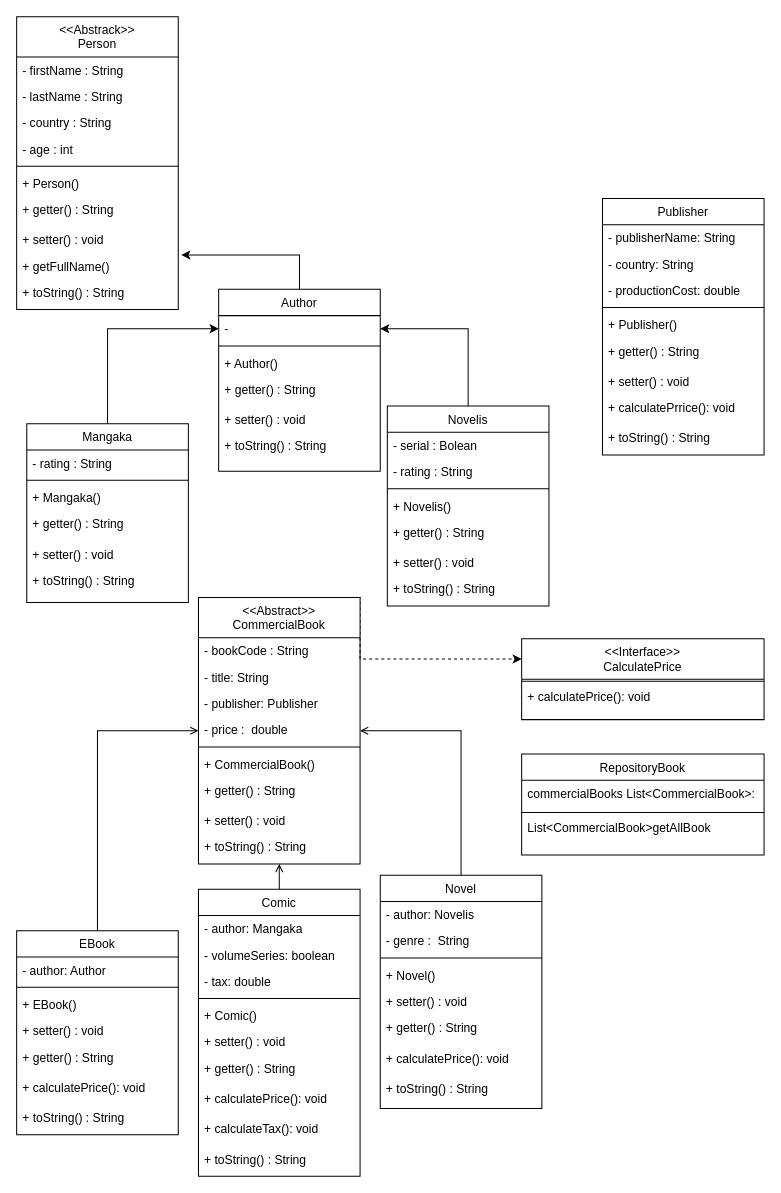
sahrul1610/Learning_java keeps this draw.io diagram as Diagram_latian-book-case-sahrul.drawio. Above is the earlier version. Source tidied: cells renumbered, new cells numbered last; positions are measured from the earlier drawing's top-left corner, leaving out a move shared by most shapes. Both pictures are drawn from the tidied source at 101%, with x=0, y=0 at pixel (16, 16).
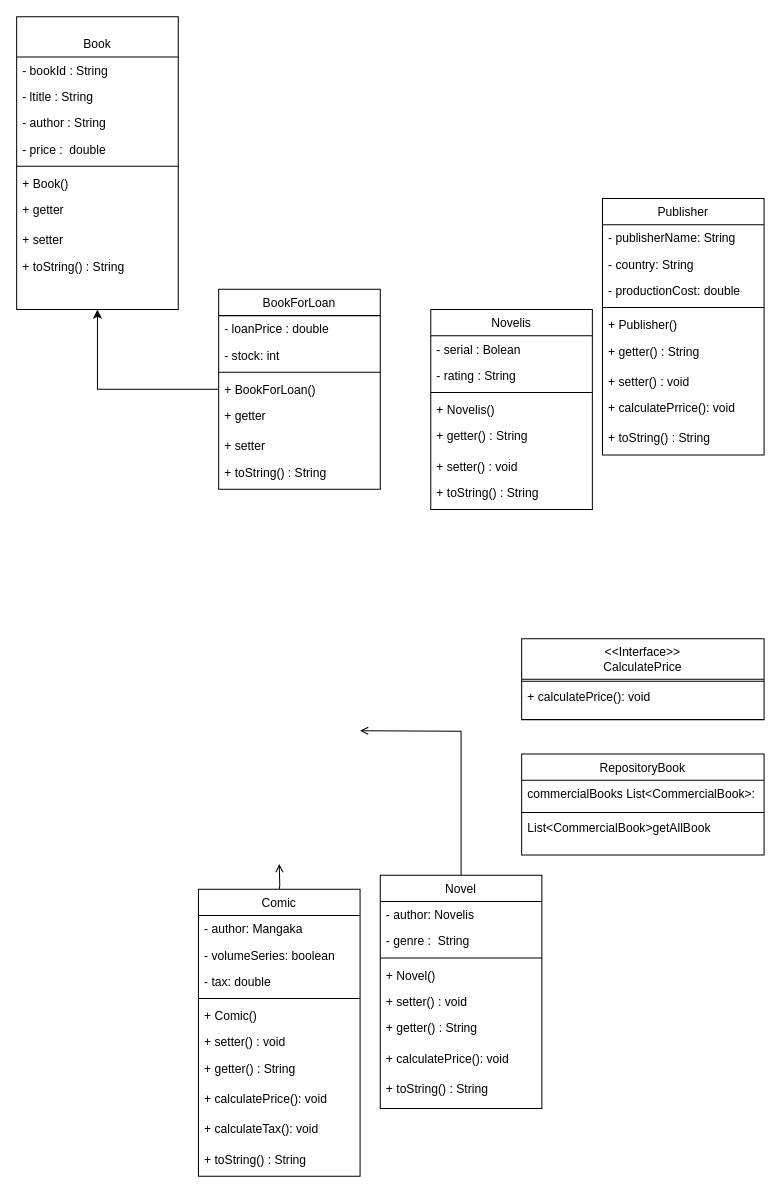
The same page after the edit.

The change refers to these unchanged cells:
```xml
<mxCell id="60" value="Comic" style="swimlane;fontStyle=0;align=center;verticalAlign=top;horizontal=1;startSize=26;rounded=0;shadow=0;strokeWidth=1;" parent="1" vertex="1">
  <mxGeometry x="180" y="864" width="160" height="284" as="geometry" />
</mxCell>
<mxCell id="71" value="Novel" style="swimlane;fontStyle=0;align=center;verticalAlign=top;horizontal=1;startSize=26;rounded=0;shadow=0;strokeWidth=1;" parent="1" vertex="1">
  <mxGeometry x="360" y="850" width="160" height="231" as="geometry" />
</mxCell>
<mxCell id="94" value="&lt;&lt;Interface&gt;&gt;&#10;CalculatePrice" style="swimlane;fontStyle=0;align=center;verticalAlign=top;horizontal=1;startSize=40;rounded=0;shadow=0;strokeWidth=1;" parent="1" vertex="1">
  <mxGeometry x="500" y="616" width="240" height="80" as="geometry" />
</mxCell>
```

Diff of the diagram source:
```diff
@@
-    <mxCell id="2" style="edgeStyle=orthogonalEdgeStyle;rounded=0;jettySize=auto;html=1;exitX=0.5;exitY=0;exitDx=0;exitDy=0;entryX=0;entryY=0.25;entryDx=0;entryDy=0;dashed=1;" parent="1" edge="1" source="42" target="94">
-      <mxGeometry relative="1" as="geometry">
-        <Array as="points">
-          <mxPoint x="340" y="575" />
-          <mxPoint x="340" y="636" />
-        </Array>
-      </mxGeometry>
-    </mxCell>
-    <mxCell id="3" value="&lt;&lt;Abstrack&gt;&gt;&#10;Person&#10;" style="swimlane;fontStyle=0;align=center;verticalAlign=top;horizontal=1;startSize=40;rounded=0;shadow=0;strokeWidth=1;" parent="1" vertex="1">
+    <mxCell id="3" value="&#10;Book&#10;" style="swimlane;fontStyle=0;align=center;verticalAlign=top;horizontal=1;startSize=40;rounded=0;shadow=0;strokeWidth=1;" parent="1" vertex="1">
       <mxGeometry width="160" height="290" as="geometry" />
     </mxCell>
-    <mxCell id="4" value="- firstName : String" style="text;align=left;verticalAlign=top;spacingLeft=4;spacingRight=4;overflow=hidden;" parent="3" vertex="1">
+    <mxCell id="4" value="- bookId : String" style="text;align=left;verticalAlign=top;spacingLeft=4;spacingRight=4;overflow=hidden;" parent="3" vertex="1">
       <mxGeometry y="40" width="160" height="26" as="geometry" />
     </mxCell>
-    <mxCell id="5" value="- lastName : String" style="text;align=left;verticalAlign=top;spacingLeft=4;spacingRight=4;overflow=hidden;rounded=0;shadow=0;html=0;" parent="3" vertex="1">
+    <mxCell id="5" value="- ltitle : String" style="text;align=left;verticalAlign=top;spacingLeft=4;spacingRight=4;overflow=hidden;rounded=0;shadow=0;html=0;" parent="3" vertex="1">
       <mxGeometry y="66" width="160" height="26" as="geometry" />
     </mxCell>
-    <mxCell id="6" value="- country : String" style="text;align=left;verticalAlign=top;spacingLeft=4;spacingRight=4;overflow=hidden;rounded=0;shadow=0;html=0;" parent="3" vertex="1">
+    <mxCell id="6" value="- author : String" style="text;align=left;verticalAlign=top;spacingLeft=4;spacingRight=4;overflow=hidden;rounded=0;shadow=0;html=0;" parent="3" vertex="1">
       <mxGeometry y="92" width="160" height="26" as="geometry" />
     </mxCell>
-    <mxCell id="7" value="- age : int" style="text;align=left;verticalAlign=top;spacingLeft=4;spacingRight=4;overflow=hidden;rounded=0;shadow=0;html=0;" parent="3" vertex="1">
+    <mxCell id="7" value="- price :  double" style="text;align=left;verticalAlign=top;spacingLeft=4;spacingRight=4;overflow=hidden;rounded=0;shadow=0;html=0;" parent="3" vertex="1">
       <mxGeometry y="118" width="160" height="26" as="geometry" />
     </mxCell>
@@
-    <mxCell id="9" value="+ Person()" style="text;align=left;verticalAlign=top;spacingLeft=4;spacingRight=4;overflow=hidden;" parent="3" vertex="1">
+    <mxCell id="9" value="+ Book()" style="text;align=left;verticalAlign=top;spacingLeft=4;spacingRight=4;overflow=hidden;" parent="3" vertex="1">
       <mxGeometry y="152" width="160" height="26" as="geometry" />
     </mxCell>
-    <mxCell id="10" value="+ getter() : String" style="text;align=left;verticalAlign=top;spacingLeft=4;spacingRight=4;overflow=hidden;" parent="3" vertex="1">
+    <mxCell id="10" value="+ getter" style="text;align=left;verticalAlign=top;spacingLeft=4;spacingRight=4;overflow=hidden;" parent="3" vertex="1">
       <mxGeometry y="178" width="160" height="30" as="geometry" />
     </mxCell>
-    <mxCell id="11" value="+ setter() : void" style="text;align=left;verticalAlign=top;spacingLeft=4;spacingRight=4;overflow=hidden;" parent="3" vertex="1">
+    <mxCell id="11" value="+ setter" style="text;align=left;verticalAlign=top;spacingLeft=4;spacingRight=4;overflow=hidden;" parent="3" vertex="1">
       <mxGeometry y="208" width="160" height="26" as="geometry" />
     </mxCell>
-    <mxCell id="12" value="+ getFullName()" style="text;align=left;verticalAlign=top;spacingLeft=4;spacingRight=4;overflow=hidden;points=[[0,0.5],[1,0.5]];portConstraint=eastwest;" parent="3" vertex="1">
-      <mxGeometry y="234" width="160" height="26" as="geometry" />
-    </mxCell>
     <mxCell id="13" value="+ toString() : String" style="text;align=left;verticalAlign=top;spacingLeft=4;spacingRight=4;overflow=hidden;" parent="3" vertex="1">
-      <mxGeometry y="260" width="160" height="30" as="geometry" />
+      <mxGeometry y="234" width="160" height="30" as="geometry" />
     </mxCell>
-    <mxCell id="14" style="edgeStyle=orthogonalEdgeStyle;rounded=0;jettySize=auto;html=1;entryX=1.019;entryY=0.077;entryDx=0;entryDy=0;entryPerimeter=0;" parent="1" edge="1" source="15" target="12">
+    <mxCell id="14" style="edgeStyle=orthogonalEdgeStyle;rounded=0;jettySize=auto;html=1;entryX=0.5;entryY=1;entryDx=0;entryDy=0;" parent="1" edge="1" source="15" target="3">
       <mxGeometry relative="1" as="geometry" />
     </mxCell>
-    <mxCell id="15" value="Author" style="swimlane;fontStyle=0;align=center;verticalAlign=top;horizontal=1;startSize=26;rounded=0;shadow=0;strokeWidth=1;" parent="1" vertex="1">
-      <mxGeometry x="200" y="270" width="160" height="180" as="geometry" />
+    <mxCell id="15" value="BookForLoan" style="swimlane;fontStyle=0;align=center;verticalAlign=top;horizontal=1;startSize=26;rounded=0;shadow=0;strokeWidth=1;" parent="1" vertex="1">
+      <mxGeometry x="200" y="270" width="160" height="198" as="geometry" />
     </mxCell>
-    <mxCell id="16" value="-" style="text;align=left;verticalAlign=top;spacingLeft=4;spacingRight=4;overflow=hidden;points=[[0,0.5],[1,0.5]];portConstraint=eastwest;rounded=0;shadow=0;html=0;" parent="15" vertex="1">
-      <mxGeometry y="26" width="160" height="26" as="geometry" />
-    </mxCell>
+    <mxCell id="97" value="- loanPrice : double" style="text;align=left;verticalAlign=top;spacingLeft=4;spacingRight=4;overflow=hidden;" parent="15" vertex="1">
+      <mxGeometry y="26" width="160" height="26" as="geometry" />
+    </mxCell>
+    <mxCell id="98" value="- stock: int" style="text;align=left;verticalAlign=top;spacingLeft=4;spacingRight=4;overflow=hidden;" parent="15" vertex="1">
+      <mxGeometry y="52" width="160" height="26" as="geometry" />
+    </mxCell>
     <mxCell id="17" style="line;html=1;strokeWidth=1;align=left;verticalAlign=middle;spacingTop=-1;spacingLeft=3;spacingRight=3;labelPosition=right;" parent="15" vertex="1">
-      <mxGeometry y="52" width="160" height="8" as="geometry" />
+      <mxGeometry y="78" width="160" height="8" as="geometry" />
     </mxCell>
-    <mxCell id="18" value="+ Author()" style="text;align=left;verticalAlign=top;spacingLeft=4;spacingRight=4;overflow=hidden;" parent="15" vertex="1">
-      <mxGeometry y="60" width="160" height="26" as="geometry" />
+    <mxCell id="18" value="+ BookForLoan()" style="text;align=left;verticalAlign=top;spacingLeft=4;spacingRight=4;overflow=hidden;" parent="15" vertex="1">
+      <mxGeometry y="86" width="160" height="26" as="geometry" />
     </mxCell>
-    <mxCell id="19" value="+ getter() : String" style="text;align=left;verticalAlign=top;spacingLeft=4;spacingRight=4;overflow=hidden;" parent="15" vertex="1">
-      <mxGeometry y="86" width="160" height="30" as="geometry" />
+    <mxCell id="19" value="+ getter" style="text;align=left;verticalAlign=top;spacingLeft=4;spacingRight=4;overflow=hidden;" parent="15" vertex="1">
+      <mxGeometry y="112" width="160" height="30" as="geometry" />
     </mxCell>
-    <mxCell id="20" value="+ setter() : void" style="text;align=left;verticalAlign=top;spacingLeft=4;spacingRight=4;overflow=hidden;" parent="15" vertex="1">
-      <mxGeometry y="116" width="160" height="26" as="geometry" />
+    <mxCell id="20" value="+ setter" style="text;align=left;verticalAlign=top;spacingLeft=4;spacingRight=4;overflow=hidden;" parent="15" vertex="1">
+      <mxGeometry y="142" width="160" height="26" as="geometry" />
     </mxCell>
     <mxCell id="21" value="+ toString() : String" style="text;align=left;verticalAlign=top;spacingLeft=4;spacingRight=4;overflow=hidden;" parent="15" vertex="1">
-      <mxGeometry y="142" width="160" height="30" as="geometry" />
+      <mxGeometry y="168" width="160" height="30" as="geometry" />
     </mxCell>
-    <mxCell id="22" style="edgeStyle=orthogonalEdgeStyle;rounded=0;jettySize=auto;html=1;exitX=0.5;exitY=0;exitDx=0;exitDy=0;entryX=0;entryY=0.5;entryDx=0;entryDy=0;" parent="1" edge="1" source="23" target="16">
-      <mxGeometry relative="1" as="geometry" />
-    </mxCell>
-    <mxCell id="23" value="Mangaka" style="swimlane;fontStyle=0;align=center;verticalAlign=top;horizontal=1;startSize=26;rounded=0;shadow=0;strokeWidth=1;" parent="1" vertex="1">
-      <mxGeometry x="10" y="403" width="160" height="177" as="geometry" />
-    </mxCell>
-    <mxCell id="24" value="- rating : String" style="text;align=left;verticalAlign=top;spacingLeft=4;spacingRight=4;overflow=hidden;rounded=0;shadow=0;html=0;" parent="23" vertex="1">
-      <mxGeometry y="26" width="160" height="26" as="geometry" />
-    </mxCell>
-    <mxCell id="25" style="line;html=1;strokeWidth=1;align=left;verticalAlign=middle;spacingTop=-1;spacingLeft=3;spacingRight=3;labelPosition=right;" parent="23" vertex="1">
-      <mxGeometry y="52" width="160" height="8" as="geometry" />
-    </mxCell>
-    <mxCell id="26" value="+ Mangaka()" style="text;align=left;verticalAlign=top;spacingLeft=4;spacingRight=4;overflow=hidden;" parent="23" vertex="1">
-      <mxGeometry y="60" width="160" height="26" as="geometry" />
-    </mxCell>
-    <mxCell id="27" value="+ getter() : String" style="text;align=left;verticalAlign=top;spacingLeft=4;spacingRight=4;overflow=hidden;" parent="23" vertex="1">
-      <mxGeometry y="86" width="160" height="30" as="geometry" />
-    </mxCell>
-    <mxCell id="28" value="+ setter() : void" style="text;align=left;verticalAlign=top;spacingLeft=4;spacingRight=4;overflow=hidden;" parent="23" vertex="1">
-      <mxGeometry y="116" width="160" height="26" as="geometry" />
-    </mxCell>
-    <mxCell id="29" value="+ toString() : String" style="text;align=left;verticalAlign=top;spacingLeft=4;spacingRight=4;overflow=hidden;" parent="23" vertex="1">
-      <mxGeometry y="142" width="160" height="30" as="geometry" />
-    </mxCell>
-    <mxCell id="30" style="edgeStyle=orthogonalEdgeStyle;rounded=0;jettySize=auto;html=1;entryX=1;entryY=0.5;entryDx=0;entryDy=0;" parent="1" edge="1" source="31" target="16">
-      <mxGeometry relative="1" as="geometry" />
-    </mxCell>
     <mxCell id="31" value="Novelis" style="swimlane;fontStyle=0;align=center;verticalAlign=top;horizontal=1;startSize=26;rounded=0;shadow=0;strokeWidth=1;" parent="1" vertex="1">
-      <mxGeometry x="367" y="385.5" width="160" height="198" as="geometry" />
+      <mxGeometry x="410" y="290" width="160" height="198" as="geometry" />
     </mxCell>
@@
-    <mxCell id="39" style="edgeStyle=orthogonalEdgeStyle;rounded=0;jettySize=auto;html=1;startArrow=open;startFill=0;endArrow=none;endFill=0;" parent="1" edge="1" source="42" target="60">
-      <mxGeometry relative="1" as="geometry" />
+    <mxCell id="39" style="edgeStyle=orthogonalEdgeStyle;rounded=0;jettySize=auto;html=1;startArrow=open;startFill=0;endArrow=none;endFill=0;" parent="1" edge="1" target="60">
+      <mxGeometry relative="1" as="geometry">
+        <mxPoint x="260" y="839" as="sourcePoint" />
+      </mxGeometry>
     </mxCell>
-    <mxCell id="40" style="edgeStyle=orthogonalEdgeStyle;rounded=0;jettySize=auto;html=1;startArrow=open;startFill=0;endArrow=none;endFill=0;" parent="1" edge="1" source="42" target="52">
-      <mxGeometry relative="1" as="geometry" />
-    </mxCell>
-    <mxCell id="41" style="edgeStyle=orthogonalEdgeStyle;rounded=0;jettySize=auto;html=1;startArrow=open;startFill=0;endArrow=none;endFill=0;" parent="1" edge="1" source="42" target="71">
-      <mxGeometry relative="1" as="geometry" />
+    <mxCell id="41" style="edgeStyle=orthogonalEdgeStyle;rounded=0;jettySize=auto;html=1;startArrow=open;startFill=0;endArrow=none;endFill=0;" parent="1" edge="1" target="71">
+      <mxGeometry relative="1" as="geometry">
+        <mxPoint x="340" y="707" as="sourcePoint" />
+      </mxGeometry>
     </mxCell>
-    <mxCell id="42" value="&lt;&lt;Abstract&gt;&gt;&#10;CommercialBook" style="swimlane;fontStyle=0;align=center;verticalAlign=top;horizontal=1;startSize=40;rounded=0;shadow=0;strokeWidth=1;" parent="1" vertex="1">
-      <mxGeometry x="180" y="575" width="160" height="264" as="geometry" />
-    </mxCell>
-    <mxCell id="43" value="- bookCode : String" style="text;align=left;verticalAlign=top;spacingLeft=4;spacingRight=4;overflow=hidden;" parent="42" vertex="1">
-      <mxGeometry y="40" width="160" height="26" as="geometry" />
-    </mxCell>
-    <mxCell id="44" value="- title: String" style="text;align=left;verticalAlign=top;spacingLeft=4;spacingRight=4;overflow=hidden;rounded=0;shadow=0;html=0;" parent="42" vertex="1">
-      <mxGeometry y="66" width="160" height="26" as="geometry" />
-    </mxCell>
-    <mxCell id="45" value="- publisher: Publisher" style="text;align=left;verticalAlign=top;spacingLeft=4;spacingRight=4;overflow=hidden;rounded=0;shadow=0;html=0;" parent="42" vertex="1">
-      <mxGeometry y="92" width="160" height="26" as="geometry" />
-    </mxCell>
-    <mxCell id="46" value="- price :  double" style="text;align=left;verticalAlign=top;spacingLeft=4;spacingRight=4;overflow=hidden;rounded=0;shadow=0;html=0;" parent="42" vertex="1">
-      <mxGeometry y="118" width="160" height="26" as="geometry" />
-    </mxCell>
-    <mxCell id="47" style="line;html=1;strokeWidth=1;align=left;verticalAlign=middle;spacingTop=-1;spacingLeft=3;spacingRight=3;labelPosition=right;" parent="42" vertex="1">
-      <mxGeometry y="144" width="160" height="8" as="geometry" />
-    </mxCell>
-    <mxCell id="48" value="+ CommercialBook()" style="text;align=left;verticalAlign=top;spacingLeft=4;spacingRight=4;overflow=hidden;" parent="42" vertex="1">
-      <mxGeometry y="152" width="160" height="26" as="geometry" />
-    </mxCell>
-    <mxCell id="49" value="+ getter() : String" style="text;align=left;verticalAlign=top;spacingLeft=4;spacingRight=4;overflow=hidden;" parent="42" vertex="1">
-      <mxGeometry y="178" width="160" height="30" as="geometry" />
-    </mxCell>
-    <mxCell id="50" value="+ setter() : void" style="text;align=left;verticalAlign=top;spacingLeft=4;spacingRight=4;overflow=hidden;" parent="42" vertex="1">
-      <mxGeometry y="208" width="160" height="26" as="geometry" />
-    </mxCell>
-    <mxCell id="51" value="+ toString() : String" style="text;align=left;verticalAlign=top;spacingLeft=4;spacingRight=4;overflow=hidden;" parent="42" vertex="1">
-      <mxGeometry y="234" width="160" height="30" as="geometry" />
-    </mxCell>
-    <mxCell id="52" value="EBook" style="swimlane;fontStyle=0;align=center;verticalAlign=top;horizontal=1;startSize=26;rounded=0;shadow=0;strokeWidth=1;" parent="1" vertex="1">
-      <mxGeometry y="905" width="160" height="202" as="geometry" />
-    </mxCell>
-    <mxCell id="53" value="- author: Author" style="text;align=left;verticalAlign=top;spacingLeft=4;spacingRight=4;overflow=hidden;rounded=0;shadow=0;html=0;" parent="52" vertex="1">
-      <mxGeometry y="26" width="160" height="26" as="geometry" />
-    </mxCell>
-    <mxCell id="54" style="line;html=1;strokeWidth=1;align=left;verticalAlign=middle;spacingTop=-1;spacingLeft=3;spacingRight=3;labelPosition=right;" parent="52" vertex="1">
-      <mxGeometry y="52" width="160" height="8" as="geometry" />
-    </mxCell>
-    <mxCell id="55" value="+ EBook()" style="text;align=left;verticalAlign=top;spacingLeft=4;spacingRight=4;overflow=hidden;" parent="52" vertex="1">
-      <mxGeometry y="60" width="160" height="26" as="geometry" />
-    </mxCell>
-    <mxCell id="56" value="+ setter() : void" style="text;align=left;verticalAlign=top;spacingLeft=4;spacingRight=4;overflow=hidden;" parent="52" vertex="1">
-      <mxGeometry y="86" width="160" height="26" as="geometry" />
-    </mxCell>
-    <mxCell id="57" value="+ getter() : String" style="text;align=left;verticalAlign=top;spacingLeft=4;spacingRight=4;overflow=hidden;" parent="52" vertex="1">
-      <mxGeometry y="112" width="160" height="30" as="geometry" />
-    </mxCell>
-    <mxCell id="58" value="+ calculatePrice(): void" style="text;align=left;verticalAlign=top;spacingLeft=4;spacingRight=4;overflow=hidden;" parent="52" vertex="1">
-      <mxGeometry y="142" width="160" height="30" as="geometry" />
-    </mxCell>
-    <mxCell id="59" value="+ toString() : String" style="text;align=left;verticalAlign=top;spacingLeft=4;spacingRight=4;overflow=hidden;" parent="52" vertex="1">
-      <mxGeometry y="172" width="160" height="30" as="geometry" />
-    </mxCell>
```
